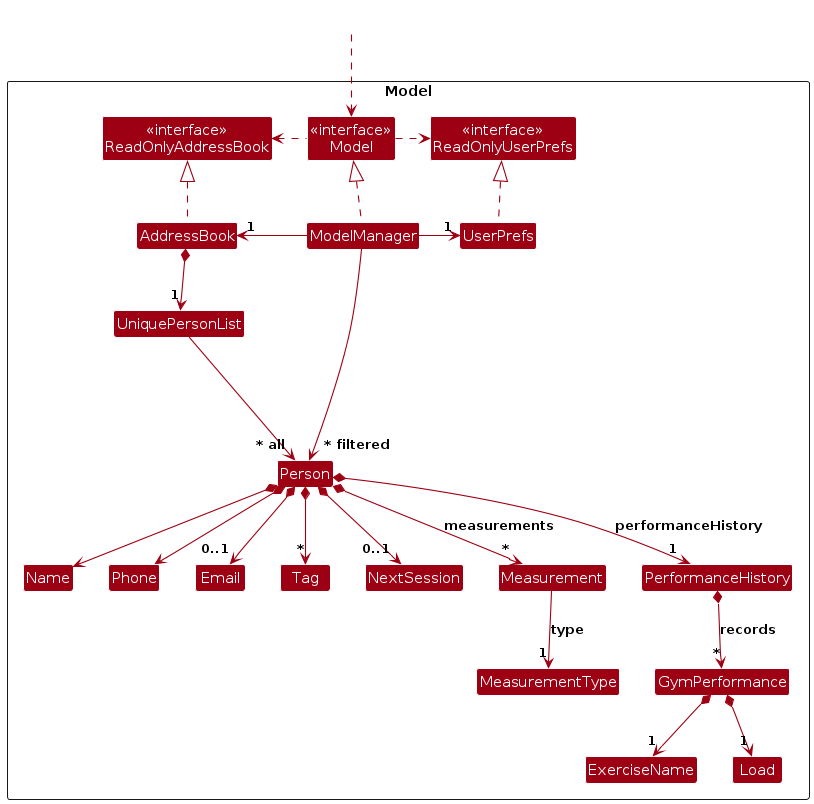
Before: diagrams/ModelClassDiagram.png, a diagram exported from PlantUML (AY2627S1-CS2103T-F14a-2/tp). Its source is kept beside it as diagrams/ModelClassDiagram.puml.
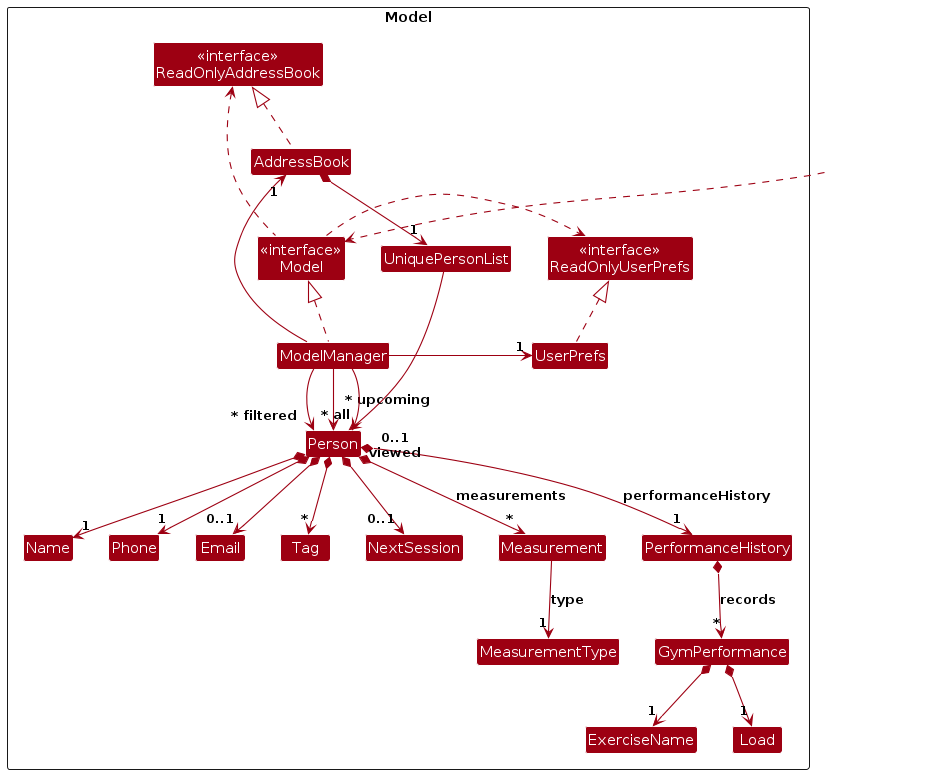
Later version of the same file.

The edit, as a diff of the source:
```diff
@@ -43,8 +43,8 @@
 
 AddressBook *--> "1" UniquePersonList
 UniquePersonList --> "~* all" Person
-Person *--> Name
-Person *--> Phone
+Person *--> "1" Name
+Person *--> "1" Phone
 Person *--> "0..1" Email
 Person *--> "*" Tag
 Person *--> "0..1" NextSession
@@ -62,4 +62,6 @@
 Phone -[hidden]right-> Email
 
 ModelManager --> "~* filtered" Person
+ModelManager --> "~* upcoming\n" Person
+ModelManager --> "0..1\nviewed" Person
 @enduml
```
